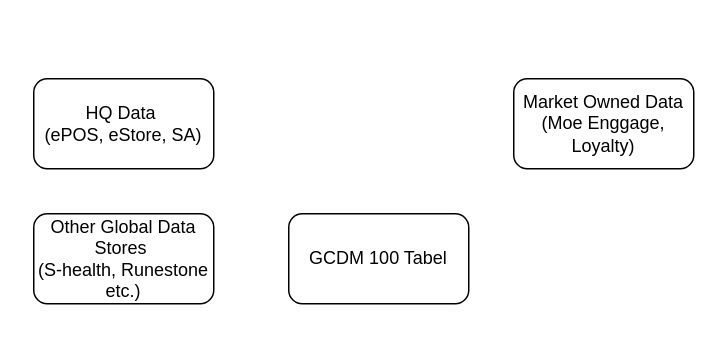
The draw.io diagram Untitled Diagram.drawio in shrikantpandit94/ML-For-Beginners, before the edit. Source tidied: cells renumbered, new cells numbered last; positions are measured from the earlier drawing's top-left corner, leaving out a move shared by most shapes. Both pictures are drawn from the tidied source at 150%, with x=0, y=0 at pixel (33, 78).
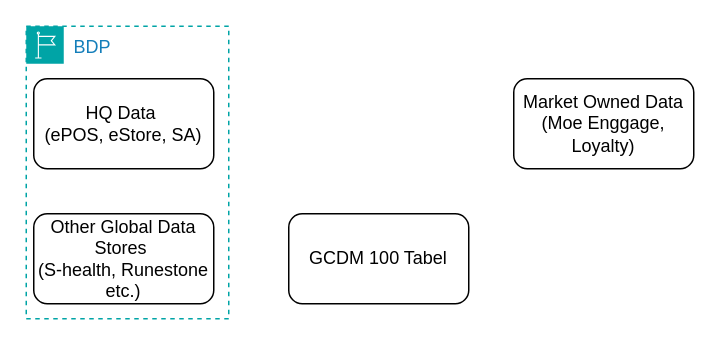
The same page after the edit.

The edit, as a diff of the source:
```diff
@@
 <mxGraphModel>
   <root>
     <mxCell id="0" />
     <mxCell id="1" parent="0" />
     <mxCell id="2" value="HQ Data&amp;nbsp;&lt;div&gt;(ePOS, eStore, SA)&lt;/div&gt;" style="rounded=1;whiteSpace=wrap;html=1;" parent="1" vertex="1">
       <mxGeometry width="120" height="60" as="geometry" />
     </mxCell>
     <mxCell id="3" value="Other Global Data Stores&amp;nbsp;&lt;div&gt;(S-health, Runestone etc.)&lt;/div&gt;" style="rounded=1;whiteSpace=wrap;html=1;" parent="1" vertex="1">
       <mxGeometry y="90" width="120" height="60" as="geometry" />
     </mxCell>
     <mxCell id="4" value="Market Owned Data&lt;div&gt;(Moe Enggage, Loyalty)&lt;/div&gt;" style="rounded=1;whiteSpace=wrap;html=1;" parent="1" vertex="1">
       <mxGeometry x="320" width="120" height="60" as="geometry" />
     </mxCell>
     <mxCell id="5" value="GCDM 100 Tabel" style="rounded=1;whiteSpace=wrap;html=1;" parent="1" vertex="1">
       <mxGeometry x="170" y="90" width="120" height="60" as="geometry" />
     </mxCell>
+    <mxCell id="6" value="BDP" style="gradientColor=none;html=1;whiteSpace=wrap;fontSize=12;fontStyle=0;shape=mxgraph.aws4.group;grIcon=mxgraph.aws4.group_region;strokeColor=#00A4A6;fillColor=none;verticalAlign=top;align=left;spacingLeft=30;fontColor=#147EBA;dashed=1;" parent="1" vertex="1">
+      <mxGeometry x="-5" y="-35" width="135" height="195" as="geometry" />
+    </mxCell>
   </root>
 </mxGraphModel>
```
